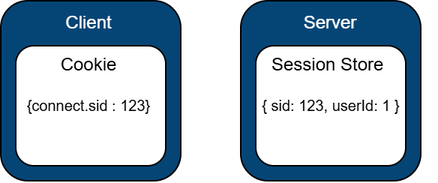
Before: public/session.drawio.png, a diagram exported from draw.io (GabrielWelvaert/portfolio-website). Source tidied: cells renumbered, new cells last; positions are measured from the earlier drawing's top-left corner, leaving out a move shared by most shapes.
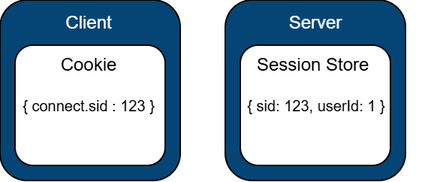
The same file after the commit.

Diff of the diagram source:
```diff
@@ -6,7 +6,7 @@
       <mxGeometry width="120" height="120" as="geometry" />
     </mxCell>
     <mxCell id="3" style="rounded=1;whiteSpace=wrap;html=1;labelBackgroundColor=none;labelBorderColor=default;fontColor=default;fillColor=#054575;" parent="1" vertex="1">
-      <mxGeometry x="160" width="120" height="120" as="geometry" />
+      <mxGeometry x="150" width="120" height="120" as="geometry" />
     </mxCell>
     <mxCell id="4" style="rounded=1;whiteSpace=wrap;html=1;labelBackgroundColor=none;fontSize=11;labelBorderColor=none;" parent="1" vertex="1">
       <mxGeometry x="10" y="30" width="100" height="80" as="geometry" />
@@ -15,22 +15,22 @@
       <mxGeometry x="28.8" width="60" height="30" as="geometry" />
     </mxCell>
     <mxCell id="6" value="Server" style="text;html=1;align=center;verticalAlign=middle;whiteSpace=wrap;rounded=0;fontColor=#FFFFFF;" parent="1" vertex="1">
-      <mxGeometry x="190" width="60" height="30" as="geometry" />
+      <mxGeometry x="180" width="60" height="30" as="geometry" />
     </mxCell>
     <mxCell id="7" style="rounded=1;whiteSpace=wrap;html=1;labelBackgroundColor=none;fontSize=11;" parent="1" vertex="1">
-      <mxGeometry x="170" y="30" width="100" height="80" as="geometry" />
+      <mxGeometry x="160" y="30" width="100" height="80" as="geometry" />
     </mxCell>
     <mxCell id="8" value="Cookie" style="text;html=1;align=center;verticalAlign=middle;whiteSpace=wrap;rounded=0;" parent="1" vertex="1">
       <mxGeometry x="28.8" y="30" width="60" height="25" as="geometry" />
     </mxCell>
     <mxCell id="9" value="Session Store&amp;nbsp;" style="text;html=1;align=center;verticalAlign=middle;whiteSpace=wrap;rounded=0;" parent="1" vertex="1">
-      <mxGeometry x="170" y="30" width="100" height="25" as="geometry" />
+      <mxGeometry x="160" y="30" width="100" height="25" as="geometry" />
     </mxCell>
-    <mxCell id="10" value="&lt;font style=&quot;font-size: 10px;&quot;&gt;{connect.sid : 123}&lt;/font&gt;" style="text;html=1;align=center;verticalAlign=middle;whiteSpace=wrap;rounded=0;" parent="1" vertex="1">
+    <mxCell id="10" value="&lt;font style=&quot;font-size: 10px;&quot;&gt;{ connect.sid : 123 }&lt;/font&gt;" style="text;html=1;align=center;verticalAlign=middle;whiteSpace=wrap;rounded=0;" parent="1" vertex="1">
       <mxGeometry x="8.8" y="55" width="100" height="30" as="geometry" />
     </mxCell>
     <mxCell id="11" value="&lt;font style=&quot;font-size: 10px;&quot;&gt;{ sid:&amp;nbsp;123, userId: 1 }&lt;/font&gt;" style="text;html=1;align=center;verticalAlign=middle;whiteSpace=wrap;rounded=0;" parent="1" vertex="1">
-      <mxGeometry x="172.5" y="55" width="95" height="30" as="geometry" />
+      <mxGeometry x="162.5" y="55" width="95" height="30" as="geometry" />
     </mxCell>
     <mxCell id="12" style="edgeStyle=none;curved=1;rounded=0;orthogonalLoop=1;jettySize=auto;html=1;exitX=1;exitY=0.5;exitDx=0;exitDy=0;fontSize=12;startSize=8;endSize=8;" parent="1" edge="1" source="3" target="3">
       <mxGeometry relative="1" as="geometry" />
```
